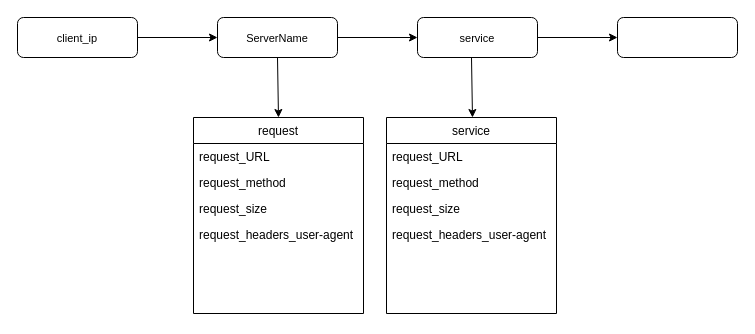
The draw.io diagram Untitled Diagram.drawio in jinnery/git, before the edit. Source tidied: cells renumbered, new cells numbered last; positions are measured from the earlier drawing's top-left corner, leaving out a move shared by most shapes. Both pictures are drawn from the tidied source at 100%, with x=0, y=0 at pixel (17, 17).
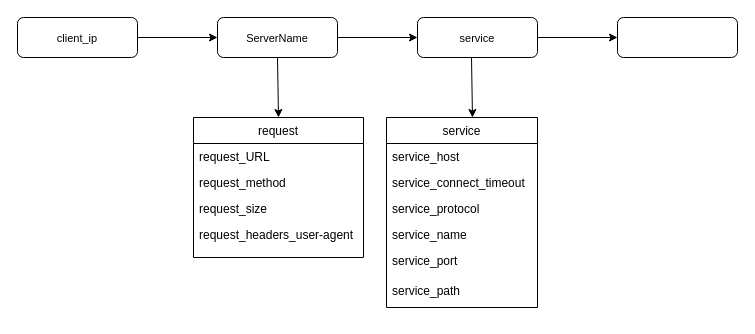
The same page after the edit.

What changed in the source:
```diff
@@
     <mxCell id="9" value="request" style="swimlane;fontStyle=0;horizontal=1;startSize=26;fillColor=none;" parent="1" vertex="1">
-      <mxGeometry x="176" y="100" width="170" height="196" as="geometry" />
+      <mxGeometry x="176" y="100" width="170" height="140" as="geometry" />
     </mxCell>
@@
     <mxCell id="13" value="request_headers_user-agent" style="text;strokeColor=none;fillColor=none;align=left;verticalAlign=top;spacingLeft=4;spacingRight=4;overflow=hidden;" parent="9" vertex="1">
-      <mxGeometry y="104" width="170" height="92" as="geometry" />
+      <mxGeometry y="104" width="170" height="36" as="geometry" />
     </mxCell>
@@
     <mxCell id="15" value="service" style="swimlane;fontStyle=0;horizontal=1;startSize=26;fillColor=none;" parent="1" vertex="1">
-      <mxGeometry x="369" y="100" width="170" height="196" as="geometry" />
+      <mxGeometry x="369" y="100" width="151" height="190" as="geometry" />
     </mxCell>
-    <mxCell id="16" value="request_URL" style="text;strokeColor=none;fillColor=none;align=left;verticalAlign=top;spacingLeft=4;spacingRight=4;overflow=hidden;" parent="15" vertex="1">
-      <mxGeometry y="26" width="170" height="26" as="geometry" />
+    <mxCell id="16" value="service_host" style="text;strokeColor=none;fillColor=none;align=left;verticalAlign=top;spacingLeft=4;spacingRight=4;overflow=hidden;" parent="15" vertex="1">
+      <mxGeometry y="26" width="151" height="26" as="geometry" />
     </mxCell>
-    <mxCell id="17" value="request_method" style="text;strokeColor=none;fillColor=none;align=left;verticalAlign=top;spacingLeft=4;spacingRight=4;overflow=hidden;" parent="15" vertex="1">
-      <mxGeometry y="52" width="170" height="26" as="geometry" />
+    <mxCell id="17" value="service_connect_timeout" style="text;strokeColor=none;fillColor=none;align=left;verticalAlign=top;spacingLeft=4;spacingRight=4;overflow=hidden;" parent="15" vertex="1">
+      <mxGeometry y="52" width="151" height="26" as="geometry" />
     </mxCell>
-    <mxCell id="18" value="request_size" style="text;strokeColor=none;fillColor=none;align=left;verticalAlign=top;spacingLeft=4;spacingRight=4;overflow=hidden;" parent="15" vertex="1">
-      <mxGeometry y="78" width="170" height="26" as="geometry" />
+    <mxCell id="18" value="service_protocol" style="text;strokeColor=none;fillColor=none;align=left;verticalAlign=top;spacingLeft=4;spacingRight=4;overflow=hidden;" parent="15" vertex="1">
+      <mxGeometry y="78" width="151" height="26" as="geometry" />
     </mxCell>
-    <mxCell id="19" value="request_headers_user-agent" style="text;strokeColor=none;fillColor=none;align=left;verticalAlign=top;spacingLeft=4;spacingRight=4;overflow=hidden;" parent="15" vertex="1">
-      <mxGeometry y="104" width="170" height="92" as="geometry" />
+    <mxCell id="19" value="service_name" style="text;strokeColor=none;fillColor=none;align=left;verticalAlign=top;spacingLeft=4;spacingRight=4;overflow=hidden;" parent="15" vertex="1">
+      <mxGeometry y="104" width="151" height="26" as="geometry" />
     </mxCell>
+    <mxCell id="21" value="service_port" style="text;strokeColor=none;fillColor=none;align=left;verticalAlign=top;spacingLeft=4;spacingRight=4;overflow=hidden;" parent="15" vertex="1">
+      <mxGeometry y="130" width="151" height="30" as="geometry" />
+    </mxCell>
+    <mxCell id="22" value="service_path" style="text;strokeColor=none;fillColor=none;align=left;verticalAlign=top;spacingLeft=4;spacingRight=4;overflow=hidden;" parent="15" vertex="1">
+      <mxGeometry y="160" width="151" height="30" as="geometry" />
+    </mxCell>
```
